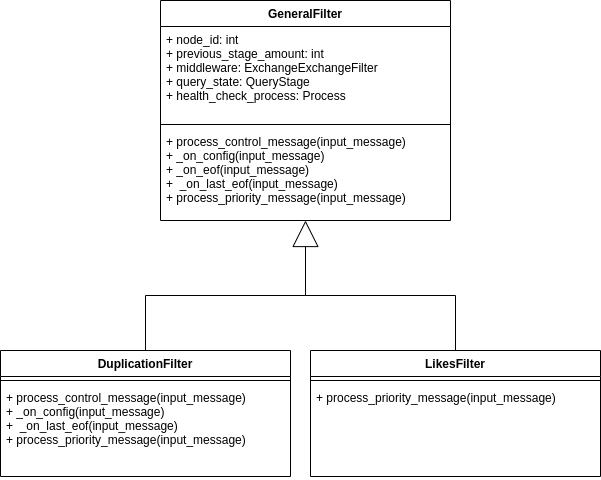
The draw.io diagram imgs/containers_class_diagram.drawio.png in FrancoBar/Distribuidos-Tp2, before a commit. Source tidied: cells renumbered, new cells last; positions are measured from the earlier drawing's top-left corner, leaving out a move shared by most shapes. Its diagram source:
```xml
<mxGraphModel>
  <root>
    <mxCell id="0" />
    <mxCell id="1" parent="0" />
    <mxCell id="2" value="GeneralFilter" style="swimlane;fontStyle=1;align=center;verticalAlign=top;horizontal=1;startSize=26;" parent="1" vertex="1">
      <mxGeometry x="160" width="290" height="220" as="geometry" />
    </mxCell>
    <mxCell id="3" value="+ node_id: int&#10;+ previous_stage_amount: int&#10;+ middleware: ExchangeExchangeFilter&#10;+ query_state: QueryStage&#10;+ health_check_process: Process" style="text;strokeColor=none;fillColor=none;align=left;verticalAlign=top;spacingLeft=4;spacingRight=4;overflow=hidden;" parent="2" vertex="1">
      <mxGeometry y="26" width="290" height="94" as="geometry" />
    </mxCell>
    <mxCell id="4" style="line;strokeWidth=1;fillColor=none;align=left;verticalAlign=middle;spacingTop=-1;spacingLeft=3;spacingRight=3;labelPosition=right;strokeColor=inherit;" parent="2" vertex="1">
      <mxGeometry y="120" width="290" height="8" as="geometry" />
    </mxCell>
    <mxCell id="5" value="+ process_control_message(input_message)&#10;+ _on_config(input_message)&#10;+ _on_eof(input_message)&#10;+  _on_last_eof(input_message)&#10;+ process_priority_message(input_message)" style="text;strokeColor=none;fillColor=none;align=left;verticalAlign=top;spacingLeft=4;spacingRight=4;overflow=hidden;points=[[0,0.5],[1,0.5]];portConstraint=eastwest;" parent="2" vertex="1">
      <mxGeometry y="128" width="290" height="92" as="geometry" />
    </mxCell>
    <mxCell id="6" style="edgeStyle=orthogonalEdgeStyle;rounded=0;jettySize=auto;html=1;entryX=0.5;entryY=1;entryDx=0;entryDy=0;entryPerimeter=0;endArrow=block;endFill=0;endSize=24;" parent="1" edge="1" source="7" target="5">
      <mxGeometry relative="1" as="geometry" />
    </mxCell>
    <mxCell id="7" value="DuplicationFilter" style="swimlane;fontStyle=1;align=center;verticalAlign=top;horizontal=1;startSize=26;" parent="1" vertex="1">
      <mxGeometry y="350" width="290" height="126" as="geometry" />
    </mxCell>
    <mxCell id="8" style="line;strokeWidth=1;fillColor=none;align=left;verticalAlign=middle;spacingTop=-1;spacingLeft=3;spacingRight=3;labelPosition=right;strokeColor=inherit;" parent="7" vertex="1">
      <mxGeometry y="26" width="290" height="8" as="geometry" />
    </mxCell>
    <mxCell id="9" value="+ process_control_message(input_message)&#10;+ _on_config(input_message)&#10;+  _on_last_eof(input_message)&#10;+ process_priority_message(input_message)" style="text;strokeColor=none;fillColor=none;align=left;verticalAlign=top;spacingLeft=4;spacingRight=4;overflow=hidden;" parent="7" vertex="1">
      <mxGeometry y="34" width="290" height="92" as="geometry" />
    </mxCell>
    <mxCell id="10" value="LikesFilter" style="swimlane;fontStyle=1;align=center;verticalAlign=top;horizontal=1;startSize=26;" parent="1" vertex="1">
      <mxGeometry x="310" y="350" width="290" height="126" as="geometry" />
    </mxCell>
    <mxCell id="11" style="line;strokeWidth=1;fillColor=none;align=left;verticalAlign=middle;spacingTop=-1;spacingLeft=3;spacingRight=3;labelPosition=right;strokeColor=inherit;" parent="10" vertex="1">
      <mxGeometry y="26" width="290" height="8" as="geometry" />
    </mxCell>
    <mxCell id="12" value="+ process_priority_message(input_message)" style="text;strokeColor=none;fillColor=none;align=left;verticalAlign=top;spacingLeft=4;spacingRight=4;overflow=hidden;" parent="10" vertex="1">
      <mxGeometry y="34" width="290" height="92" as="geometry" />
    </mxCell>
    <mxCell id="13" style="endArrow=none;html=1;rounded=0;exitX=0.5;exitY=0;exitDx=0;exitDy=0;jumpSize=6;" parent="1" edge="1" source="10">
      <mxGeometry relative="1" as="geometry">
        <mxPoint x="305" y="295" as="targetPoint" />
        <Array as="points">
          <mxPoint x="455" y="295" />
        </Array>
      </mxGeometry>
    </mxCell>
  </root>
</mxGraphModel>
```
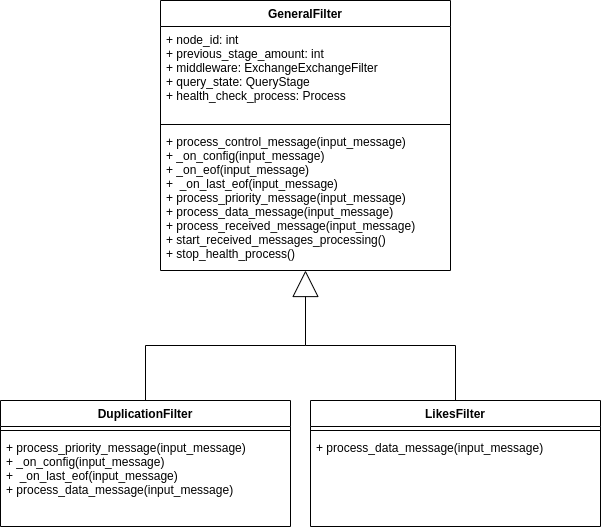
Later version of the same file.

Commit message:
Add class diagram and explanation

The edit, as a diff of the source:
```diff
@@ -3,7 +3,7 @@
     <mxCell id="0" />
     <mxCell id="1" parent="0" />
     <mxCell id="2" value="GeneralFilter" style="swimlane;fontStyle=1;align=center;verticalAlign=top;horizontal=1;startSize=26;" parent="1" vertex="1">
-      <mxGeometry x="160" width="290" height="220" as="geometry" />
+      <mxGeometry x="160" y="-50" width="290" height="270" as="geometry" />
     </mxCell>
     <mxCell id="3" value="+ node_id: int&#10;+ previous_stage_amount: int&#10;+ middleware: ExchangeExchangeFilter&#10;+ query_state: QueryStage&#10;+ health_check_process: Process" style="text;strokeColor=none;fillColor=none;align=left;verticalAlign=top;spacingLeft=4;spacingRight=4;overflow=hidden;" parent="2" vertex="1">
       <mxGeometry y="26" width="290" height="94" as="geometry" />
@@ -11,8 +11,8 @@
     <mxCell id="4" style="line;strokeWidth=1;fillColor=none;align=left;verticalAlign=middle;spacingTop=-1;spacingLeft=3;spacingRight=3;labelPosition=right;strokeColor=inherit;" parent="2" vertex="1">
       <mxGeometry y="120" width="290" height="8" as="geometry" />
     </mxCell>
-    <mxCell id="5" value="+ process_control_message(input_message)&#10;+ _on_config(input_message)&#10;+ _on_eof(input_message)&#10;+  _on_last_eof(input_message)&#10;+ process_priority_message(input_message)" style="text;strokeColor=none;fillColor=none;align=left;verticalAlign=top;spacingLeft=4;spacingRight=4;overflow=hidden;points=[[0,0.5],[1,0.5]];portConstraint=eastwest;" parent="2" vertex="1">
-      <mxGeometry y="128" width="290" height="92" as="geometry" />
+    <mxCell id="5" value="+ process_control_message(input_message)&#10;+ _on_config(input_message)&#10;+ _on_eof(input_message)&#10;+  _on_last_eof(input_message)&#10;+ process_priority_message(input_message)&#10;+ process_data_message(input_message)&#10;+ process_received_message(input_message)&#10;+ start_received_messages_processing()&#10;+ stop_health_process()" style="text;strokeColor=none;fillColor=none;align=left;verticalAlign=top;spacingLeft=4;spacingRight=4;overflow=hidden;points=[[0,0.5],[1,0.5]];portConstraint=eastwest;" parent="2" vertex="1">
+      <mxGeometry y="128" width="290" height="142" as="geometry" />
     </mxCell>
     <mxCell id="6" style="edgeStyle=orthogonalEdgeStyle;rounded=0;jettySize=auto;html=1;entryX=0.5;entryY=1;entryDx=0;entryDy=0;entryPerimeter=0;endArrow=block;endFill=0;endSize=24;" parent="1" edge="1" source="7" target="5">
       <mxGeometry relative="1" as="geometry" />
@@ -23,7 +23,7 @@
     <mxCell id="8" style="line;strokeWidth=1;fillColor=none;align=left;verticalAlign=middle;spacingTop=-1;spacingLeft=3;spacingRight=3;labelPosition=right;strokeColor=inherit;" parent="7" vertex="1">
       <mxGeometry y="26" width="290" height="8" as="geometry" />
     </mxCell>
-    <mxCell id="9" value="+ process_control_message(input_message)&#10;+ _on_config(input_message)&#10;+  _on_last_eof(input_message)&#10;+ process_priority_message(input_message)" style="text;strokeColor=none;fillColor=none;align=left;verticalAlign=top;spacingLeft=4;spacingRight=4;overflow=hidden;" parent="7" vertex="1">
+    <mxCell id="9" value="+ process_priority_message(input_message)&#10;+ _on_config(input_message)&#10;+  _on_last_eof(input_message)&#10;+ process_data_message(input_message)" style="text;strokeColor=none;fillColor=none;align=left;verticalAlign=top;spacingLeft=4;spacingRight=4;overflow=hidden;" parent="7" vertex="1">
       <mxGeometry y="34" width="290" height="92" as="geometry" />
     </mxCell>
     <mxCell id="10" value="LikesFilter" style="swimlane;fontStyle=1;align=center;verticalAlign=top;horizontal=1;startSize=26;" parent="1" vertex="1">
@@ -32,7 +32,7 @@
     <mxCell id="11" style="line;strokeWidth=1;fillColor=none;align=left;verticalAlign=middle;spacingTop=-1;spacingLeft=3;spacingRight=3;labelPosition=right;strokeColor=inherit;" parent="10" vertex="1">
       <mxGeometry y="26" width="290" height="8" as="geometry" />
     </mxCell>
-    <mxCell id="12" value="+ process_priority_message(input_message)" style="text;strokeColor=none;fillColor=none;align=left;verticalAlign=top;spacingLeft=4;spacingRight=4;overflow=hidden;" parent="10" vertex="1">
+    <mxCell id="12" value="+ process_data_message(input_message)" style="text;strokeColor=none;fillColor=none;align=left;verticalAlign=top;spacingLeft=4;spacingRight=4;overflow=hidden;" parent="10" vertex="1">
       <mxGeometry y="34" width="290" height="92" as="geometry" />
     </mxCell>
     <mxCell id="13" style="endArrow=none;html=1;rounded=0;exitX=0.5;exitY=0;exitDx=0;exitDy=0;jumpSize=6;" parent="1" edge="1" source="10">
```
